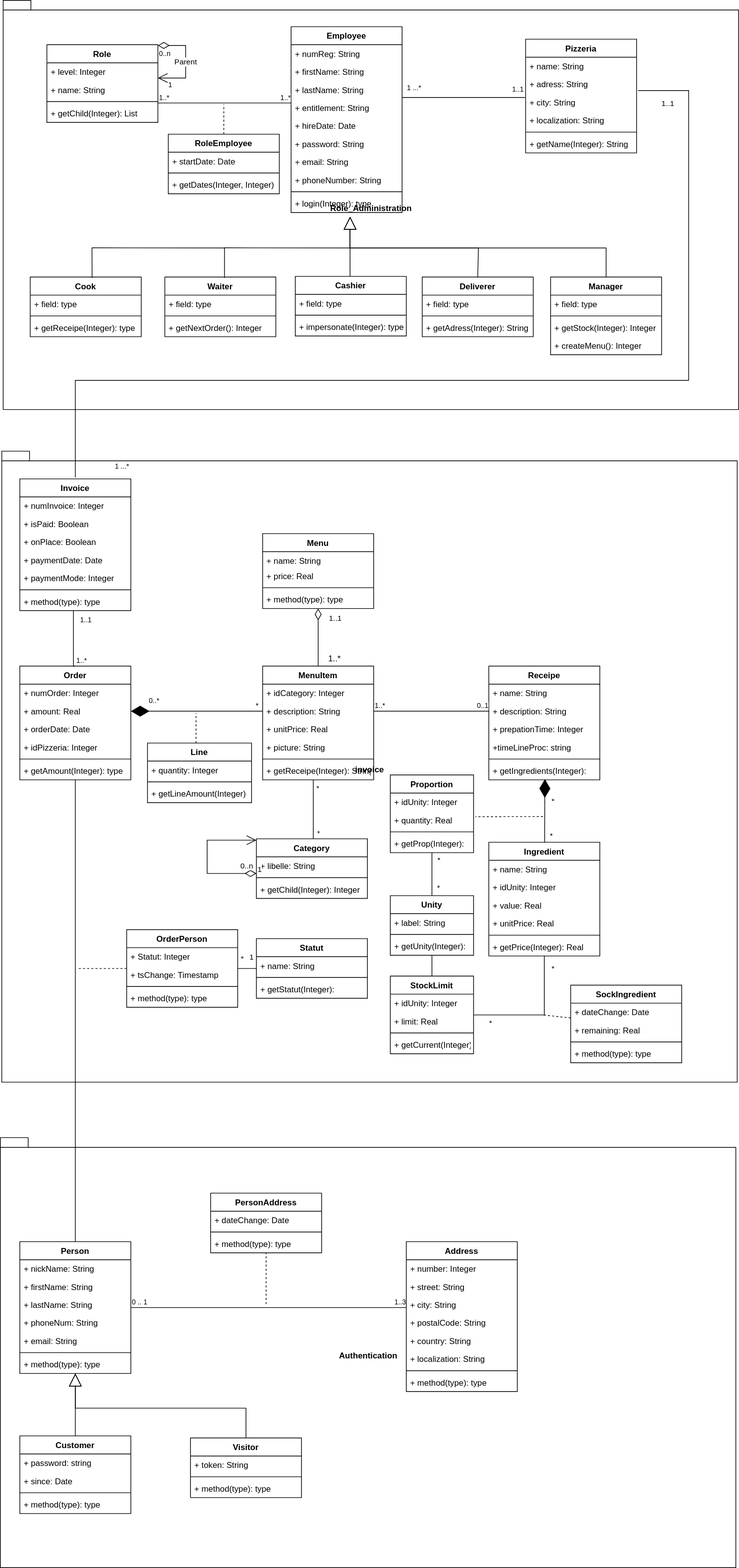
jean-charles-gibier/OC_pizza keeps this draw.io diagram as docs/CD_P6.svg. Above is the earlier version. Source tidied: cells renumbered, new cells last; positions are measured from the earlier drawing's top-left corner, leaving out a move shared by most shapes.
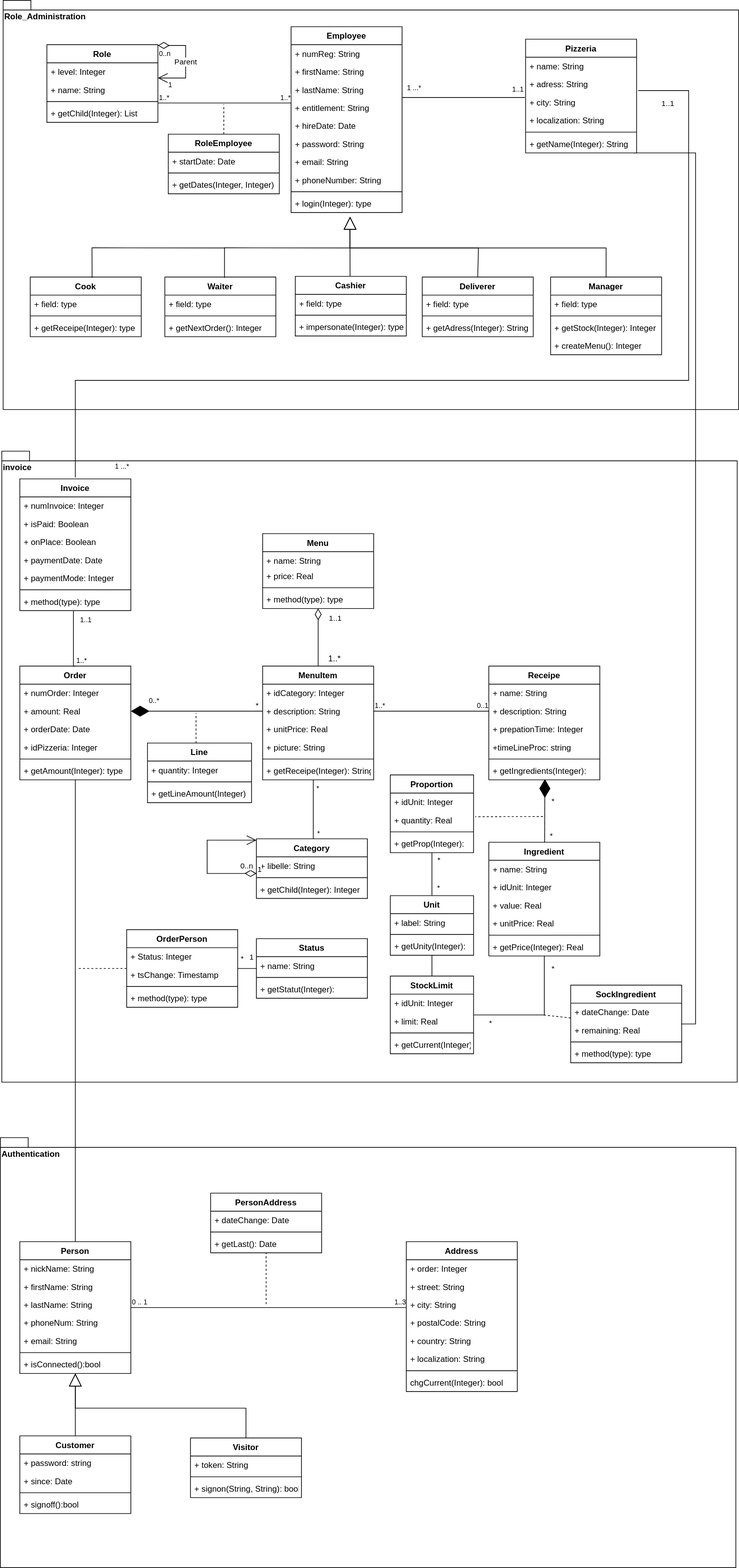
After the commit.

Change to the diagram source:
```diff
@@ -2,7 +2,7 @@
   <root>
     <mxCell id="0" />
     <mxCell id="1" parent="0" />
-    <mxCell id="2" value="Role_Administration" style="shape=folder;fontStyle=1;spacingTop=10;tabWidth=40;tabHeight=14;tabPosition=left;html=1;" parent="1" vertex="1">
+    <mxCell id="2" value="Role_Administration" style="shape=folder;fontStyle=1;spacingTop=10;tabWidth=40;tabHeight=14;tabPosition=left;html=1;align=left;verticalAlign=top;" parent="1" vertex="1">
       <mxGeometry x="4" width="1060" height="590" as="geometry" />
     </mxCell>
     <mxCell id="3" value="Employee" style="swimlane;fontStyle=1;align=center;verticalAlign=top;horizontal=1;startSize=26;" parent="1" vertex="1">
@@ -176,21 +176,6 @@
     <mxCell id="51" value="+ getAdress(Integer): String" style="text;strokeColor=none;fillColor=none;align=left;verticalAlign=top;spacingLeft=4;spacingRight=4;overflow=hidden;" parent="48" vertex="1">
       <mxGeometry y="60" width="160" height="26" as="geometry" />
     </mxCell>
-    <mxCell id="52" value="Manager" style="swimlane;fontStyle=1;align=center;verticalAlign=top;horizontal=1;startSize=26;" parent="1" vertex="1">
-      <mxGeometry x="793" y="399" width="160" height="112" as="geometry" />
-    </mxCell>
-    <mxCell id="53" value="+ field: type" style="text;strokeColor=none;fillColor=none;align=left;verticalAlign=top;spacingLeft=4;spacingRight=4;overflow=hidden;" parent="52" vertex="1">
-      <mxGeometry y="26" width="160" height="26" as="geometry" />
-    </mxCell>
-    <mxCell id="54" style="line;strokeWidth=1;fillColor=none;align=left;verticalAlign=middle;spacingTop=-1;spacingLeft=3;spacingRight=3;labelPosition=right;" parent="52" vertex="1">
-      <mxGeometry y="52" width="160" height="8" as="geometry" />
-    </mxCell>
-    <mxCell id="55" value="+ getStock(Integer): Integer" style="text;strokeColor=none;fillColor=none;align=left;verticalAlign=top;spacingLeft=4;spacingRight=4;overflow=hidden;" parent="52" vertex="1">
-      <mxGeometry y="60" width="160" height="26" as="geometry" />
-    </mxCell>
-    <mxCell id="56" value="+ createMenu(): Integer" style="text;strokeColor=none;fillColor=none;align=left;verticalAlign=top;spacingLeft=4;spacingRight=4;overflow=hidden;" parent="52" vertex="1">
-      <mxGeometry y="86" width="160" height="26" as="geometry" />
-    </mxCell>
     <mxCell id="57" value="Cashier" style="swimlane;fontStyle=1;align=center;verticalAlign=top;horizontal=1;startSize=26;" parent="1" vertex="1">
       <mxGeometry x="425" y="398" width="160" height="86" as="geometry" />
     </mxCell>
@@ -247,7 +232,7 @@
         </Array>
       </mxGeometry>
     </mxCell>
-    <mxCell id="66" value="invoice" style="shape=folder;fontStyle=1;spacingTop=10;tabWidth=40;tabHeight=14;tabPosition=left;html=1;" parent="1" vertex="1">
+    <mxCell id="66" value="invoice" style="shape=folder;fontStyle=1;spacingTop=10;tabWidth=40;tabHeight=14;tabPosition=left;html=1;align=left;verticalAlign=top;" parent="1" vertex="1">
       <mxGeometry x="2" y="650" width="1060" height="910" as="geometry" />
     </mxCell>
     <mxCell id="67" value="Invoice" style="swimlane;fontStyle=1;align=center;verticalAlign=top;horizontal=1;startSize=26;" parent="1" vertex="1">
@@ -383,7 +368,7 @@
     <mxCell id="108" value="+ name: String" style="text;strokeColor=none;fillColor=none;align=left;verticalAlign=top;spacingLeft=4;spacingRight=4;overflow=hidden;" parent="107" vertex="1">
       <mxGeometry y="26" width="160" height="26" as="geometry" />
     </mxCell>
-    <mxCell id="109" value="+ idUnity: Integer" style="text;strokeColor=none;fillColor=none;align=left;verticalAlign=top;spacingLeft=4;spacingRight=4;overflow=hidden;" parent="107" vertex="1">
+    <mxCell id="109" value="+ idUnit: Integer" style="text;strokeColor=none;fillColor=none;align=left;verticalAlign=top;spacingLeft=4;spacingRight=4;overflow=hidden;" parent="107" vertex="1">
       <mxGeometry y="52" width="160" height="26" as="geometry" />
     </mxCell>
     <mxCell id="110" value="+ value: Real" style="text;strokeColor=none;fillColor=none;align=left;verticalAlign=top;spacingLeft=4;spacingRight=4;overflow=hidden;" parent="107" vertex="1">
@@ -473,7 +458,7 @@
     <mxCell id="132" value="Proportion" style="swimlane;fontStyle=1;align=center;verticalAlign=top;horizontal=1;startSize=26;" parent="1" vertex="1">
       <mxGeometry x="562" y="1117" width="120" height="112" as="geometry" />
     </mxCell>
-    <mxCell id="133" value="+ idUnity: Integer" style="text;strokeColor=none;fillColor=none;align=left;verticalAlign=top;spacingLeft=4;spacingRight=4;overflow=hidden;" parent="132" vertex="1">
+    <mxCell id="133" value="+ idUnit: Integer" style="text;strokeColor=none;fillColor=none;align=left;verticalAlign=top;spacingLeft=4;spacingRight=4;overflow=hidden;" parent="132" vertex="1">
       <mxGeometry y="26" width="120" height="26" as="geometry" />
     </mxCell>
     <mxCell id="134" style="endArrow=none;endSize=12;dashed=1;html=1;endFill=0;entryX=1.021;entryY=0.314;entryDx=0;entryDy=0;entryPerimeter=0;" parent="132" edge="1" target="135">
@@ -496,7 +481,7 @@
         <mxPoint x="622" y="1229" as="targetPoint" />
       </mxGeometry>
     </mxCell>
-    <mxCell id="139" value="Unity" style="swimlane;fontStyle=1;align=center;verticalAlign=top;horizontal=1;startSize=26;" parent="1" vertex="1">
+    <mxCell id="139" value="Unit" style="swimlane;fontStyle=1;align=center;verticalAlign=top;horizontal=1;startSize=26;" parent="1" vertex="1">
       <mxGeometry x="562" y="1291" width="120" height="86" as="geometry" />
     </mxCell>
     <mxCell id="140" value="+ label: String" style="text;strokeColor=none;fillColor=none;align=left;verticalAlign=top;spacingLeft=4;spacingRight=4;overflow=hidden;" parent="139" vertex="1">
@@ -517,7 +502,7 @@
     <mxCell id="145" value="StockLimit" style="swimlane;fontStyle=1;align=center;verticalAlign=top;horizontal=1;startSize=26;" parent="1" vertex="1">
       <mxGeometry x="562" y="1407" width="120" height="112" as="geometry" />
     </mxCell>
-    <mxCell id="146" value="+ idUnity: Integer" style="text;strokeColor=none;fillColor=none;align=left;verticalAlign=top;spacingLeft=4;spacingRight=4;overflow=hidden;" parent="145" vertex="1">
+    <mxCell id="146" value="+ idUnit: Integer" style="text;strokeColor=none;fillColor=none;align=left;verticalAlign=top;spacingLeft=4;spacingRight=4;overflow=hidden;" parent="145" vertex="1">
       <mxGeometry y="26" width="120" height="26" as="geometry" />
     </mxCell>
     <mxCell id="147" value="+ limit: Real" style="text;strokeColor=none;fillColor=none;align=left;verticalAlign=top;spacingLeft=4;spacingRight=4;overflow=hidden;" parent="145" vertex="1">
@@ -529,7 +514,7 @@
     <mxCell id="149" value="+ getCurrent(Integer): " style="text;strokeColor=none;fillColor=none;align=left;verticalAlign=top;spacingLeft=4;spacingRight=4;overflow=hidden;" parent="145" vertex="1">
       <mxGeometry y="86" width="120" height="26" as="geometry" />
     </mxCell>
-    <mxCell id="150" value="Authentication" style="shape=folder;fontStyle=1;spacingTop=10;tabWidth=40;tabHeight=14;tabPosition=left;html=1;" parent="1" vertex="1">
+    <mxCell id="150" value="Authentication" style="shape=folder;fontStyle=1;spacingTop=10;tabWidth=40;tabHeight=14;tabPosition=left;html=1;align=left;verticalAlign=top;" parent="1" vertex="1">
       <mxGeometry y="1640" width="1060" height="620" as="geometry" />
     </mxCell>
     <mxCell id="151" value="Person" style="swimlane;fontStyle=1;align=center;verticalAlign=top;horizontal=1;startSize=26;" parent="1" vertex="1">
@@ -553,13 +538,13 @@
     <mxCell id="157" style="line;strokeWidth=1;fillColor=none;align=left;verticalAlign=middle;spacingTop=-1;spacingLeft=3;spacingRight=3;labelPosition=right;" parent="151" vertex="1">
       <mxGeometry y="156" width="160" height="8" as="geometry" />
     </mxCell>
-    <mxCell id="158" value="+ method(type): type" style="text;strokeColor=none;fillColor=none;align=left;verticalAlign=top;spacingLeft=4;spacingRight=4;overflow=hidden;" parent="151" vertex="1">
+    <mxCell id="158" value="+ isConnected():bool" style="text;strokeColor=none;fillColor=none;align=left;verticalAlign=top;spacingLeft=4;spacingRight=4;overflow=hidden;" parent="151" vertex="1">
       <mxGeometry y="164" width="160" height="26" as="geometry" />
     </mxCell>
     <mxCell id="159" value="Address" style="swimlane;fontStyle=1;align=center;verticalAlign=top;horizontal=1;startSize=26;" parent="1" vertex="1">
       <mxGeometry x="585" y="1790" width="160" height="216" as="geometry" />
     </mxCell>
-    <mxCell id="160" value="+ number: Integer" style="text;strokeColor=none;fillColor=none;align=left;verticalAlign=top;spacingLeft=4;spacingRight=4;overflow=hidden;" parent="159" vertex="1">
+    <mxCell id="160" value="+ order: Integer" style="text;strokeColor=none;fillColor=none;align=left;verticalAlign=top;spacingLeft=4;spacingRight=4;overflow=hidden;" parent="159" vertex="1">
       <mxGeometry y="26" width="160" height="26" as="geometry" />
     </mxCell>
     <mxCell id="161" value="+ street: String" style="text;strokeColor=none;fillColor=none;align=left;verticalAlign=top;spacingLeft=4;spacingRight=4;overflow=hidden;" parent="159" vertex="1">
@@ -580,7 +565,7 @@
     <mxCell id="166" style="line;strokeWidth=1;fillColor=none;align=left;verticalAlign=middle;spacingTop=-1;spacingLeft=3;spacingRight=3;labelPosition=right;" parent="159" vertex="1">
       <mxGeometry y="182" width="160" height="8" as="geometry" />
     </mxCell>
-    <mxCell id="167" value="+ method(type): type" style="text;strokeColor=none;fillColor=none;align=left;verticalAlign=top;spacingLeft=4;spacingRight=4;overflow=hidden;" parent="159" vertex="1">
+    <mxCell id="167" value="chgCurrent(Integer): bool" style="text;strokeColor=none;fillColor=none;align=left;verticalAlign=top;spacingLeft=4;spacingRight=4;overflow=hidden;" parent="159" vertex="1">
       <mxGeometry y="190" width="160" height="26" as="geometry" />
     </mxCell>
     <mxCell id="168" style="endArrow=none;html=1;edgeStyle=orthogonalEdgeStyle;" parent="1" edge="1" source="151" target="159">
@@ -606,7 +591,7 @@
     <mxCell id="173" style="line;strokeWidth=1;fillColor=none;align=left;verticalAlign=middle;spacingTop=-1;spacingLeft=3;spacingRight=3;labelPosition=right;" parent="171" vertex="1">
       <mxGeometry y="52" width="160" height="8" as="geometry" />
     </mxCell>
-    <mxCell id="174" value="+ method(type): type" style="text;strokeColor=none;fillColor=none;align=left;verticalAlign=top;spacingLeft=4;spacingRight=4;overflow=hidden;" parent="171" vertex="1">
+    <mxCell id="174" value="+ getLast(): Date" style="text;strokeColor=none;fillColor=none;align=left;verticalAlign=top;spacingLeft=4;spacingRight=4;overflow=hidden;" parent="171" vertex="1">
       <mxGeometry y="60" width="160" height="26" as="geometry" />
     </mxCell>
     <mxCell id="175" style="endArrow=none;endSize=12;dashed=1;html=1;endFill=0;" parent="1" edge="1" target="171">
@@ -617,7 +602,7 @@
     <mxCell id="176" value="OrderPerson" style="swimlane;fontStyle=1;align=center;verticalAlign=top;horizontal=1;startSize=26;" parent="1" vertex="1">
       <mxGeometry x="182" y="1340" width="160" height="112" as="geometry" />
     </mxCell>
-    <mxCell id="177" value="+ Statut: Integer" style="text;strokeColor=none;fillColor=none;align=left;verticalAlign=top;spacingLeft=4;spacingRight=4;overflow=hidden;" parent="176" vertex="1">
+    <mxCell id="177" value="+ Status: Integer" style="text;strokeColor=none;fillColor=none;align=left;verticalAlign=top;spacingLeft=4;spacingRight=4;overflow=hidden;" parent="176" vertex="1">
       <mxGeometry y="26" width="160" height="26" as="geometry" />
     </mxCell>
     <mxCell id="178" value="+ tsChange: Timestamp" style="text;strokeColor=none;fillColor=none;align=left;verticalAlign=top;spacingLeft=4;spacingRight=4;overflow=hidden;" parent="176" vertex="1">
@@ -629,7 +614,7 @@
     <mxCell id="180" value="+ method(type): type" style="text;strokeColor=none;fillColor=none;align=left;verticalAlign=top;spacingLeft=4;spacingRight=4;overflow=hidden;" parent="176" vertex="1">
       <mxGeometry y="86" width="160" height="26" as="geometry" />
     </mxCell>
-    <mxCell id="181" value="Statut" style="swimlane;fontStyle=1;align=center;verticalAlign=top;horizontal=1;startSize=26;" parent="1" vertex="1">
+    <mxCell id="181" value="Status" style="swimlane;fontStyle=1;align=center;verticalAlign=top;horizontal=1;startSize=26;" parent="1" vertex="1">
       <mxGeometry x="369" y="1353" width="160" height="86" as="geometry" />
     </mxCell>
     <mxCell id="182" value="+ name: String" style="text;strokeColor=none;fillColor=none;align=left;verticalAlign=top;spacingLeft=4;spacingRight=4;overflow=hidden;" parent="181" vertex="1">
@@ -673,7 +658,7 @@
     <mxCell id="194" style="line;strokeWidth=1;fillColor=none;align=left;verticalAlign=middle;spacingTop=-1;spacingLeft=3;spacingRight=3;labelPosition=right;" parent="191" vertex="1">
       <mxGeometry y="78" width="160" height="8" as="geometry" />
     </mxCell>
-    <mxCell id="195" value="+ method(type): type" style="text;strokeColor=none;fillColor=none;align=left;verticalAlign=top;spacingLeft=4;spacingRight=4;overflow=hidden;" parent="191" vertex="1">
+    <mxCell id="195" value="+ signoff():bool" style="text;strokeColor=none;fillColor=none;align=left;verticalAlign=top;spacingLeft=4;spacingRight=4;overflow=hidden;" parent="191" vertex="1">
       <mxGeometry y="86" width="160" height="26" as="geometry" />
     </mxCell>
     <mxCell id="196" value="Visitor" style="swimlane;fontStyle=1;align=center;verticalAlign=top;horizontal=1;startSize=26;" parent="1" vertex="1">
@@ -685,7 +670,7 @@
     <mxCell id="198" style="line;strokeWidth=1;fillColor=none;align=left;verticalAlign=middle;spacingTop=-1;spacingLeft=3;spacingRight=3;labelPosition=right;" parent="196" vertex="1">
       <mxGeometry y="52" width="160" height="8" as="geometry" />
     </mxCell>
-    <mxCell id="199" value="+ method(type): type" style="text;strokeColor=none;fillColor=none;align=left;verticalAlign=top;spacingLeft=4;spacingRight=4;overflow=hidden;" parent="196" vertex="1">
+    <mxCell id="199" value="+ signon(String, String): bool" style="text;strokeColor=none;fillColor=none;align=left;verticalAlign=top;spacingLeft=4;spacingRight=4;overflow=hidden;" parent="196" vertex="1">
       <mxGeometry y="60" width="160" height="26" as="geometry" />
     </mxCell>
     <mxCell id="200" style="endArrow=block;endSize=16;endFill=0;html=1;" parent="1" edge="1" source="191" target="151">
@@ -753,5 +738,29 @@
         <mxPoint x="-431" y="536" as="offset" />
       </mxGeometry>
     </mxCell>
+    <mxCell id="216" style="endArrow=none;html=1;rounded=0;" parent="1" edge="1" source="185" target="22">
+      <mxGeometry relative="1" as="geometry">
+        <Array as="points">
+          <mxPoint x="1002" y="1476" />
+          <mxPoint x="1002" y="220" />
+          <mxPoint x="912" y="220" />
+        </Array>
+      </mxGeometry>
+    </mxCell>
+    <mxCell id="52" value="Manager" style="swimlane;fontStyle=1;align=center;verticalAlign=top;horizontal=1;startSize=26;" parent="1" vertex="1">
+      <mxGeometry x="793" y="399" width="160" height="112" as="geometry" />
+    </mxCell>
+    <mxCell id="53" value="+ field: type" style="text;strokeColor=none;fillColor=none;align=left;verticalAlign=top;spacingLeft=4;spacingRight=4;overflow=hidden;" parent="52" vertex="1">
+      <mxGeometry y="26" width="160" height="26" as="geometry" />
+    </mxCell>
+    <mxCell id="54" style="line;strokeWidth=1;fillColor=none;align=left;verticalAlign=middle;spacingTop=-1;spacingLeft=3;spacingRight=3;labelPosition=right;" parent="52" vertex="1">
+      <mxGeometry y="52" width="160" height="8" as="geometry" />
+    </mxCell>
+    <mxCell id="55" value="+ getStock(Integer): Integer" style="text;strokeColor=none;fillColor=none;align=left;verticalAlign=top;spacingLeft=4;spacingRight=4;overflow=hidden;" parent="52" vertex="1">
+      <mxGeometry y="60" width="160" height="26" as="geometry" />
+    </mxCell>
+    <mxCell id="56" value="+ createMenu(): Integer" style="text;strokeColor=none;fillColor=none;align=left;verticalAlign=top;spacingLeft=4;spacingRight=4;overflow=hidden;" parent="52" vertex="1">
+      <mxGeometry y="86" width="160" height="26" as="geometry" />
+    </mxCell>
   </root>
 </mxGraphModel>
```
